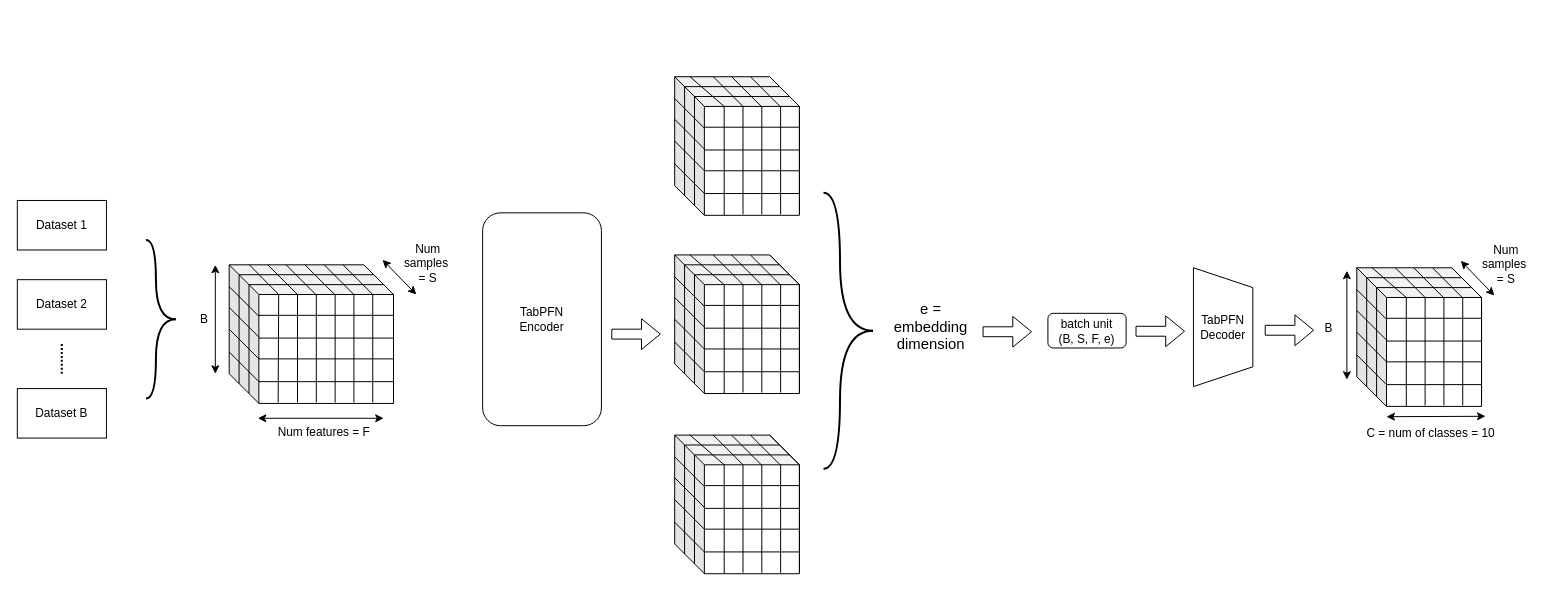
This is diagrams/TSPFN-batched-pretraining.drawio from Jeremstym/pretrainingTSPFN, a draw.io file, before an edit. Source tidied: cells renumbered, new cells numbered last; positions are measured from the earlier drawing's top-left corner, leaving out a move shared by most shapes. Both pictures are drawn from the tidied source at 99%, with x=0, y=0 at pixel (17, 17).
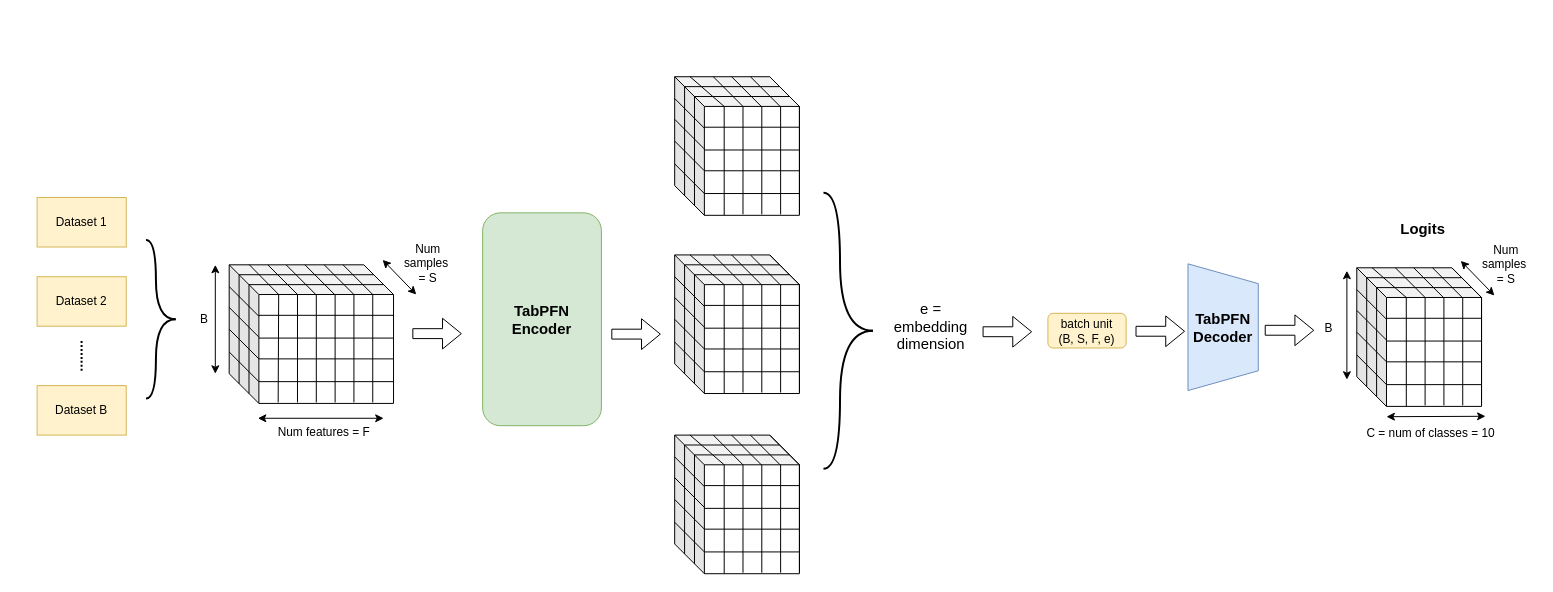
The same page after the edit.

Commit message (it also covers changes not shown here):
Mettre à jour TSPFN-batched-pretraining.drawio

What changed in the source:
```diff
@@
-    <mxCell id="2" value="Dataset 1" style="rounded=0;whiteSpace=wrap;html=1;" parent="1" vertex="1">
-      <mxGeometry y="185" width="90" height="50" as="geometry" />
+    <mxCell id="2" value="Dataset 1" style="rounded=0;whiteSpace=wrap;html=1;fillColor=#fff2cc;strokeColor=#d6b656;" parent="1" vertex="1">
+      <mxGeometry x="20" y="182" width="90" height="50" as="geometry" />
     </mxCell>
-    <mxCell id="3" value="Dataset 2" style="rounded=0;whiteSpace=wrap;html=1;" parent="1" vertex="1">
-      <mxGeometry y="265" width="90" height="50" as="geometry" />
+    <mxCell id="3" value="Dataset 2" style="rounded=0;whiteSpace=wrap;html=1;fillColor=#fff2cc;strokeColor=#d6b656;" parent="1" vertex="1">
+      <mxGeometry x="20" y="262" width="90" height="50" as="geometry" />
     </mxCell>
-    <mxCell id="4" value="Dataset B" style="rounded=0;whiteSpace=wrap;html=1;" parent="1" vertex="1">
-      <mxGeometry y="375" width="90" height="50" as="geometry" />
+    <mxCell id="4" value="Dataset B" style="rounded=0;whiteSpace=wrap;html=1;fillColor=#fff2cc;strokeColor=#d6b656;" parent="1" vertex="1">
+      <mxGeometry x="20" y="372" width="90" height="50" as="geometry" />
     </mxCell>
     <mxCell id="5" style="endArrow=none;dashed=1;html=1;rounded=0;strokeWidth=2;dashPattern=1 1;curved=0;" parent="1" edge="1">
       <mxGeometry relative="1" as="geometry">
-        <mxPoint x="44.9" y="360" as="sourcePoint" />
-        <mxPoint x="44.9" y="330" as="targetPoint" />
+        <mxPoint x="64.9" y="357" as="sourcePoint" />
+        <mxPoint x="64.9" y="327" as="targetPoint" />
       </mxGeometry>
     </mxCell>
@@
-    <mxCell id="41" value="TabPFN&lt;div&gt;Encoder&lt;/div&gt;" style="rounded=1;whiteSpace=wrap;html=1;" parent="1" vertex="1">
+    <mxCell id="41" value="&lt;b&gt;&lt;font style=&quot;font-size: 15px;&quot;&gt;TabPFN&lt;/font&gt;&lt;/b&gt;&lt;div&gt;&lt;b&gt;&lt;font style=&quot;font-size: 15px;&quot;&gt;Encoder&lt;/font&gt;&lt;/b&gt;&lt;/div&gt;" style="rounded=1;whiteSpace=wrap;html=1;fillColor=#d5e8d4;strokeColor=#82b366;" parent="1" vertex="1">
       <mxGeometry x="470" y="197.5" width="120" height="215" as="geometry" />
     </mxCell>
@@
-    <mxCell id="67" style="shape=trapezoid;perimeter=trapezoidPerimeter;whiteSpace=wrap;html=1;fixedSize=1;rotation=90;" parent="1" vertex="1">
-      <mxGeometry x="1158" y="283" width="120" height="60" as="geometry" />
+    <mxCell id="67" style="shape=trapezoid;perimeter=trapezoidPerimeter;whiteSpace=wrap;html=1;fixedSize=1;rotation=90;fillColor=#dae8fc;strokeColor=#6c8ebf;" parent="1" vertex="1">
+      <mxGeometry x="1154" y="277.5" width="128" height="71" as="geometry" />
     </mxCell>
-    <mxCell id="68" value="TabPFN&lt;div&gt;Decoder&lt;/div&gt;" style="text;html=1;whiteSpace=wrap;strokeColor=none;fillColor=none;align=center;verticalAlign=middle;rounded=0;" parent="1" vertex="1">
+    <mxCell id="68" value="&lt;font style=&quot;font-size: 15px;&quot;&gt;&lt;b&gt;TabPFN&lt;/b&gt;&lt;/font&gt;&lt;div&gt;&lt;font style=&quot;font-size: 15px;&quot;&gt;&lt;b&gt;Decoder&lt;/b&gt;&lt;/font&gt;&lt;/div&gt;" style="text;html=1;whiteSpace=wrap;strokeColor=none;fillColor=none;align=center;verticalAlign=middle;rounded=0;" parent="1" vertex="1">
       <mxGeometry x="1188" y="298" width="60" height="30" as="geometry" />
     </mxCell>
@@
-    <mxCell id="149" value="batch unit&lt;div&gt;(B, S, F, e)&lt;/div&gt;" style="rounded=1;whiteSpace=wrap;html=1;" parent="1" vertex="1">
+    <mxCell id="149" value="batch unit&lt;div&gt;(B, S, F, e)&lt;/div&gt;" style="rounded=1;whiteSpace=wrap;html=1;fillColor=#fff2cc;strokeColor=#d6b656;" parent="1" vertex="1">
       <mxGeometry x="1041" y="299" width="79" height="35" as="geometry" />
     </mxCell>
@@
+    <mxCell id="157" value="&lt;b&gt;&lt;font style=&quot;font-size: 15px;&quot;&gt;Logits&lt;/font&gt;&lt;/b&gt;" style="text;html=1;whiteSpace=wrap;strokeColor=none;fillColor=none;align=center;verticalAlign=middle;rounded=0;" parent="1" vertex="1">
+      <mxGeometry x="1390" y="197.5" width="60" height="30" as="geometry" />
+    </mxCell>
+    <mxCell id="158" style="shape=flexArrow;endArrow=classic;html=1;rounded=0;" parent="1" edge="1">
+      <mxGeometry relative="1" as="geometry">
+        <mxPoint x="399" y="319.5" as="sourcePoint" />
+        <mxPoint x="449" y="319.5" as="targetPoint" />
+      </mxGeometry>
+    </mxCell>
```
